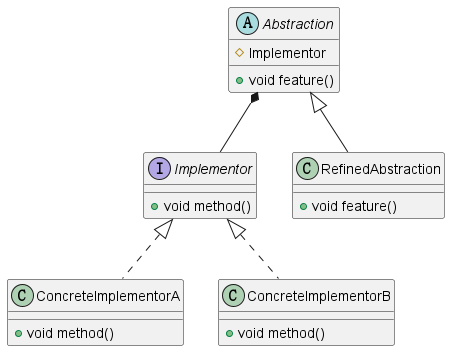
sunnyzhy/Design-pattern keeps this PlantUML diagram as spring-cloud-design-pattern/structure-bridge-pattern/src/main/resources/static/diagram.png. Above is the earlier version.
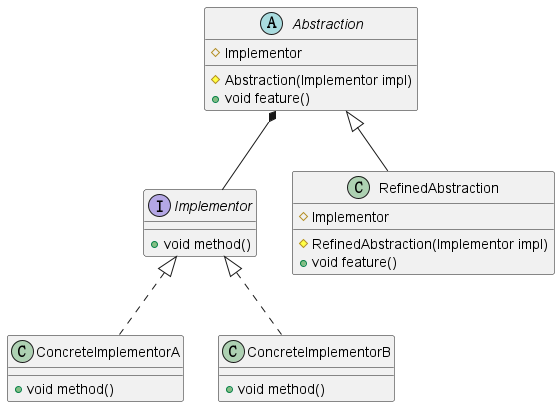
After the change.

The edit, as a diff of the source:
```diff
@@ -5,10 +5,14 @@
 abstract class Abstraction {
   #Implementor
 
+  #Abstraction(Implementor impl)
   +void feature()
 }
 
 class RefinedAbstraction extends Abstraction {
+  #Implementor
+
+  #RefinedAbstraction(Implementor impl)
   +void feature()
 }
 
```
